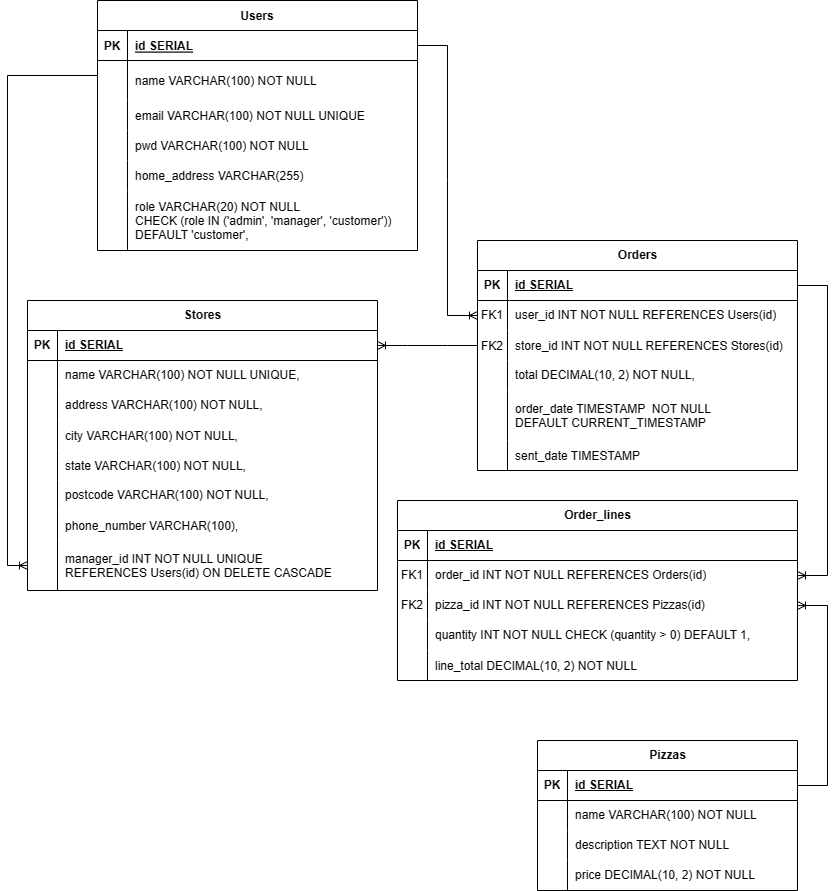
Above: src/bd_info/modelo_ER.drawio.png in guoruipan/pitsa-jaus (draw.io), before the change. Source tidied: cells renumbered, new cells last; positions are measured from the earlier drawing's top-left corner, leaving out a move shared by most shapes.
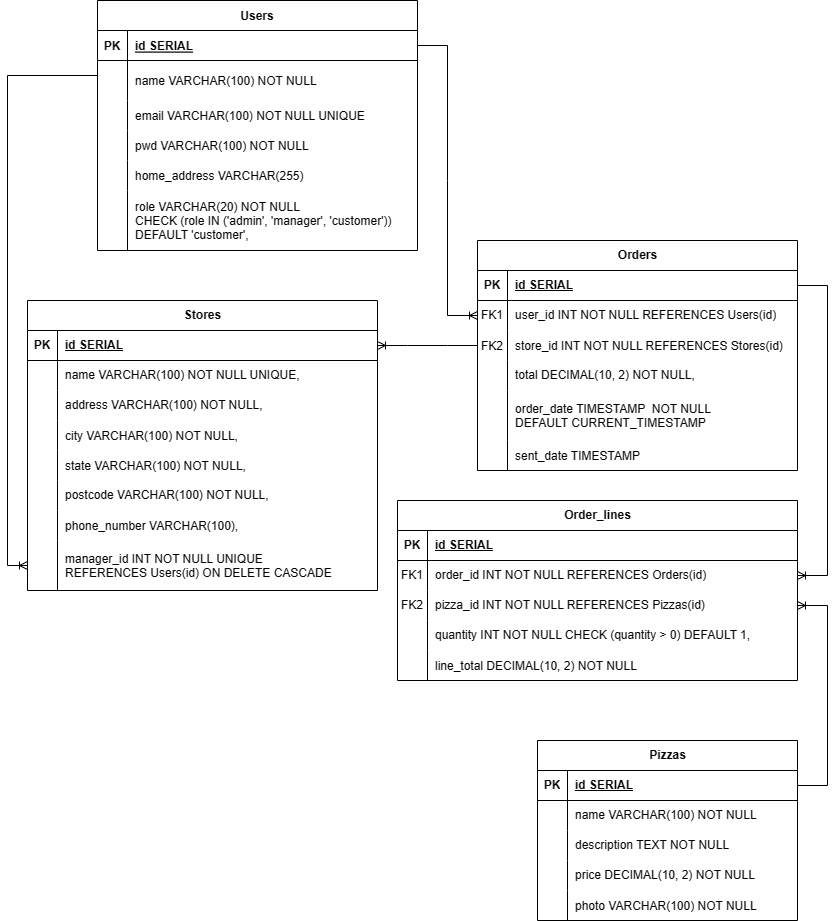
After the commit.

Change to the diagram source:
```diff
@@ -3,7 +3,7 @@
     <mxCell id="0" />
     <mxCell id="1" parent="0" />
     <mxCell id="2" value="Pizzas" style="shape=table;startSize=30;rowLines=0;fontStyle=1;align=center;html=1;" parent="1" vertex="1">
-      <mxGeometry x="530" y="740" width="260" height="150" as="geometry" />
+      <mxGeometry x="530" y="740" width="260" height="180" as="geometry" />
     </mxCell>
     <mxCell id="3" style="shape=tableRow;horizontal=0;startSize=0;swimlaneHead=0;swimlaneBody=0;fillColor=none;points=[[0,0.5],[1,0.5]];portConstraint=eastwest;top=0;left=0;right=0;bottom=1;" parent="2" vertex="1">
       <mxGeometry y="30" width="260" height="30" as="geometry" />
@@ -41,6 +41,15 @@
     <mxCell id="14" value="price DECIMAL(10, 2) NOT NULL" style="shape=partialRectangle;fillColor=none;top=0;left=0;bottom=0;right=0;align=left;spacingLeft=6;overflow=hidden;whiteSpace=wrap;html=1;" parent="12" vertex="1">
       <mxGeometry x="30" width="230" height="30" as="geometry" />
     </mxCell>
+    <mxCell id="99" style="shape=tableRow;horizontal=0;startSize=0;swimlaneHead=0;swimlaneBody=0;fillColor=none;top=0;left=0;right=0;bottom=0;" parent="2" vertex="1">
+      <mxGeometry y="150" width="260" height="30" as="geometry" />
+    </mxCell>
+    <mxCell id="100" style="shape=partialRectangle;fillColor=none;top=0;left=0;bottom=0;right=0;overflow=hidden;" parent="99" vertex="1">
+      <mxGeometry width="30" height="30" as="geometry" />
+    </mxCell>
+    <mxCell id="101" value="photo VARCHAR(100) NOT NULL" style="shape=partialRectangle;fillColor=none;top=0;left=0;bottom=0;right=0;align=left;spacingLeft=6;overflow=hidden;" parent="99" vertex="1">
+      <mxGeometry x="30" width="230" height="30" as="geometry" />
+    </mxCell>
     <mxCell id="15" value="Users" style="shape=table;startSize=30;rowLines=0;fontStyle=1;align=center;" parent="1" vertex="1">
       <mxGeometry x="90" width="320" height="250" as="geometry" />
     </mxCell>
```
